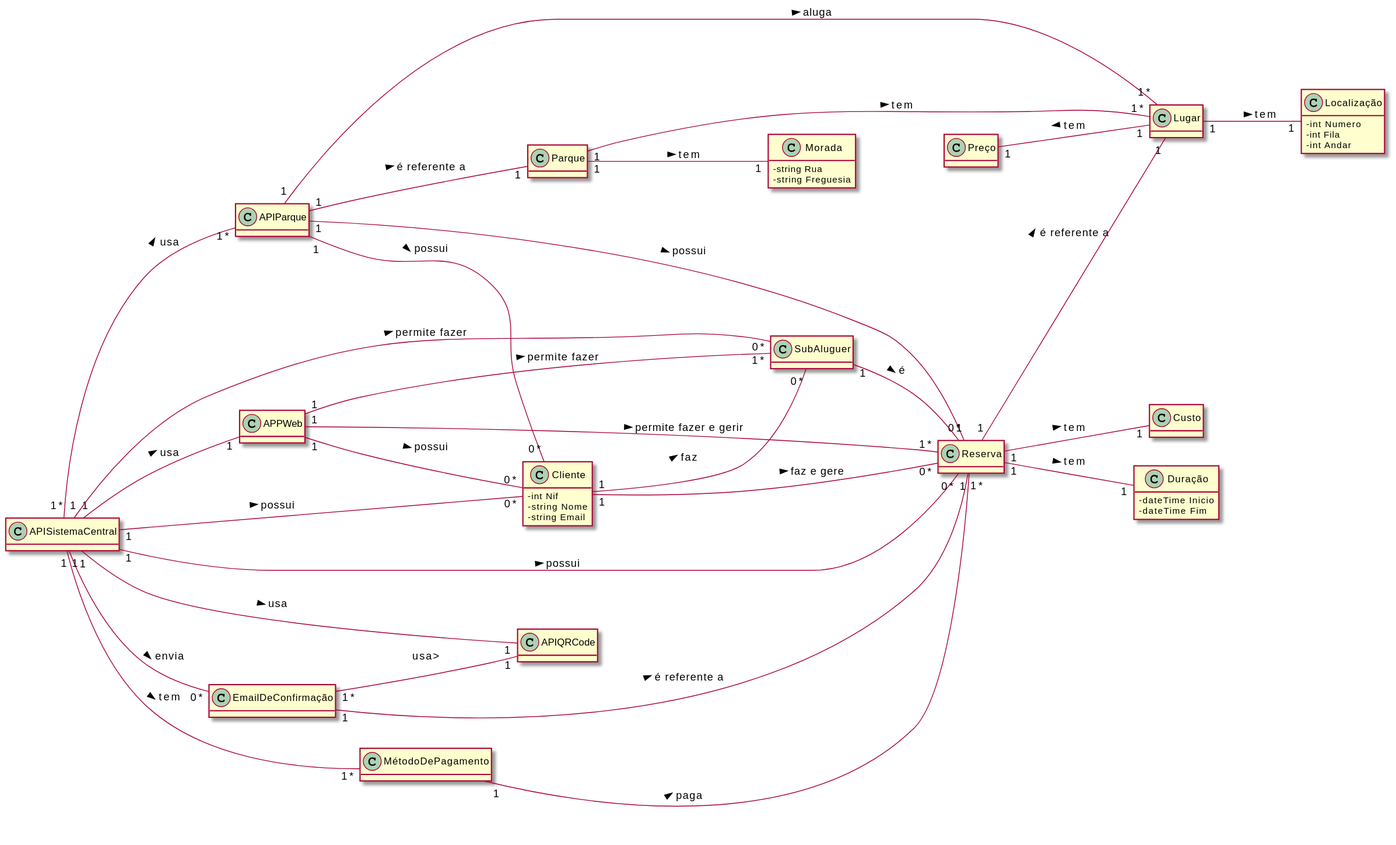
Earlier version of the PlantUML export Documentos/Sprint2/Analise OO/MD.svg (UPskillDOTNET/Jakim-das-Coives-S.A.).
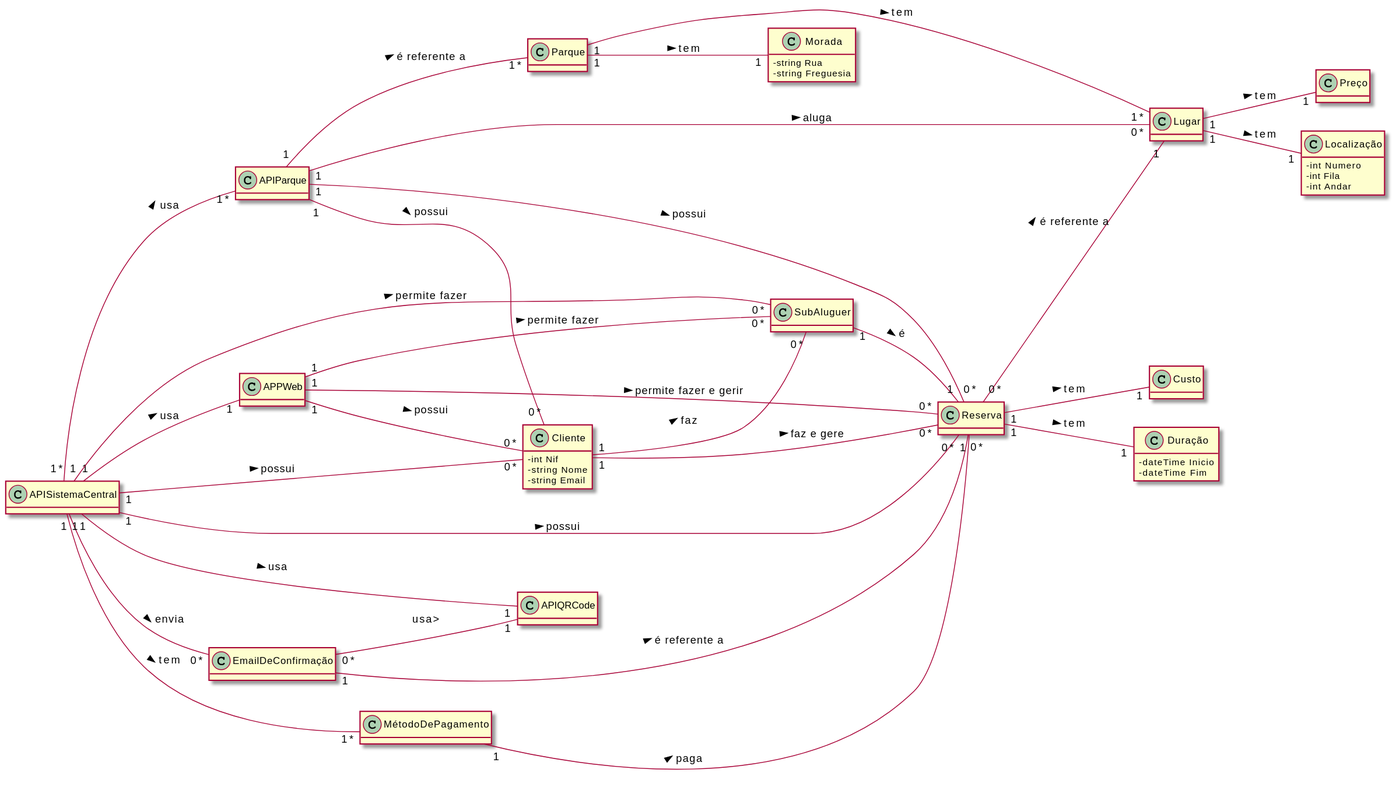
Above is the later version.

Commit message:
MD resumido API Parque

The edit, as a diff of the source:
```diff
@@ -41,7 +41,6 @@
 
 class APIQRCode {}
 
-
 class Duração {
  -dateTime Inicio
  -dateTime Fim
@@ -51,8 +50,6 @@
  -string Rua
  -string Freguesia
 }
-
-
 
 APISistemaCentral "1*" -- "1*" APIParque : usa >
 APISistemaCentral "1" -- "1" APPWeb : usa >
@@ -64,34 +61,33 @@
 APISistemaCentral "1" -- "0*" SubAluguer : permite fazer >
 
 APIParque "1" -- "0*" Cliente : possui >
-APIParque "1" -- "1" Parque : é referente a >
+APIParque "1" -- "1*" Parque : é referente a >
 APIParque "1" -- "0*" Reserva : possui >
-APIParque "1" -- "1*" Lugar : aluga >
+APIParque "1" -- "0*" Lugar : aluga >
 
 APPWeb "1" -- "0*" Cliente : possui >
-APPWeb "1" -- "1*" Reserva : permite fazer e gerir >
-APPWeb "1" -- "1*" SubAluguer : permite fazer >
+APPWeb "1" -- "0*" Reserva : permite fazer e gerir >
+APPWeb "1" -- "0*" SubAluguer : permite fazer >
 
 Cliente "1" -- "0*" Reserva : faz e gere >
 Cliente "1" -- "0*" SubAluguer : faz >
 
-Reserva "1" -- "1" Lugar : é referente a >
+Reserva "0*" -- "1" Lugar : é referente a >
 Reserva "1" -- "1" Custo: tem >
 Reserva "1" -- "1" Duração : tem >
 
 EmailDeConfirmação "1" -- "1" Reserva : é referente a >
 
-Preço "1" -- "1" Lugar : tem <
+Lugar "1" -- "1" Preço : tem >
 
 Parque "1" -- "1*" Lugar : tem >
 Parque "1" -- "1" Morada : tem >
 
 Lugar "1" -- "1" Localização : tem >
 
-
 SubAluguer "1" -- "1" Reserva : é >
 
-MétodoDePagamento "1" -- "1*" Reserva : paga >
+MétodoDePagamento "1" -- "0*" Reserva : paga >
 
-EmailDeConfirmação "1*" -- "1" APIQRCode : usa>
+EmailDeConfirmação "0*" -- "1" APIQRCode : usa>
 @enduml
```
